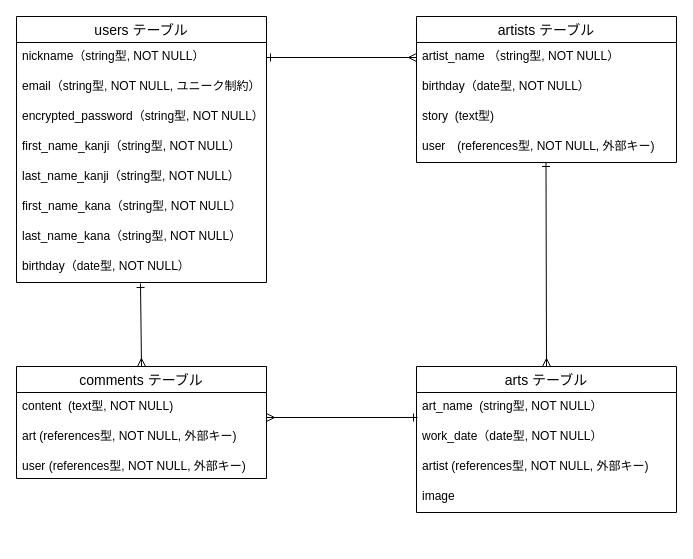
Earlier version of the draw.io diagram test.dio (Tanaka925/original_app). Source tidied: cells renumbered, new cells numbered last; positions are measured from the earlier drawing's top-left corner, leaving out a move shared by most shapes. Both pictures are drawn from the tidied source at 100%, with x=0, y=0 at pixel (16, 16).
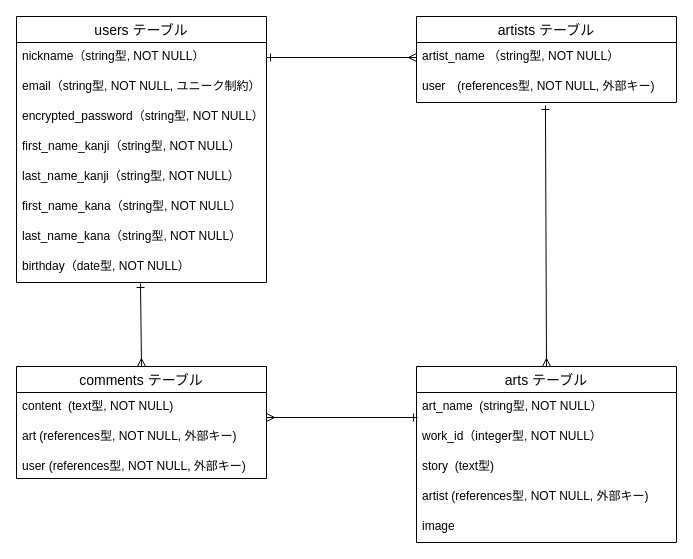
After the change.

What changed in the source:
```diff
@@
     <mxCell id="16" value="arts テーブル" style="swimlane;fontStyle=0;horizontal=1;startSize=26;align=center;fontSize=14;" parent="1" vertex="1">
-      <mxGeometry x="400" y="350" width="260" height="146" as="geometry" />
+      <mxGeometry x="400" y="350" width="260" height="176" as="geometry" />
     </mxCell>
@@
-    <mxCell id="18" value="work_date（date型, NOT NULL）" style="text;strokeColor=none;fillColor=none;spacingLeft=4;spacingRight=4;overflow=hidden;fontSize=12;" parent="16" vertex="1">
+    <mxCell id="18" value="work_id（integer型, NOT NULL）" style="text;strokeColor=none;fillColor=none;spacingLeft=4;spacingRight=4;overflow=hidden;fontSize=12;" parent="16" vertex="1">
       <mxGeometry y="56" width="260" height="30" as="geometry" />
     </mxCell>
+    <mxCell id="24" value="story  (text型)&#10;&#10;" style="text;strokeColor=none;fillColor=none;spacingLeft=4;spacingRight=4;overflow=hidden;fontSize=12;" parent="16" vertex="1">
+      <mxGeometry y="86" width="260" height="30" as="geometry" />
+    </mxCell>
     <mxCell id="19" value="artist (references型, NOT NULL, 外部キー)" style="text;strokeColor=none;fillColor=none;spacingLeft=4;spacingRight=4;overflow=hidden;fontSize=12;" parent="16" vertex="1">
-      <mxGeometry y="86" width="260" height="30" as="geometry" />
+      <mxGeometry y="116" width="260" height="30" as="geometry" />
     </mxCell>
     <mxCell id="20" value="image" style="text;strokeColor=none;fillColor=none;spacingLeft=4;spacingRight=4;overflow=hidden;fontSize=12;" parent="16" vertex="1">
-      <mxGeometry y="116" width="260" height="30" as="geometry" />
+      <mxGeometry y="146" width="260" height="30" as="geometry" />
     </mxCell>
     <mxCell id="21" value="artists テーブル" style="swimlane;fontStyle=0;horizontal=1;startSize=26;align=center;fontSize=14;" parent="1" vertex="1">
-      <mxGeometry x="400" width="260" height="146" as="geometry" />
+      <mxGeometry x="400" width="260" height="86" as="geometry" />
     </mxCell>
@@
-    <mxCell id="23" value="birthday（date型, NOT NULL）" style="text;strokeColor=none;fillColor=none;spacingLeft=4;spacingRight=4;overflow=hidden;fontSize=12;" parent="21" vertex="1">
-      <mxGeometry y="56" width="260" height="30" as="geometry" />
-    </mxCell>
-    <mxCell id="24" value="story  (text型)&#10;&#10;" style="text;strokeColor=none;fillColor=none;spacingLeft=4;spacingRight=4;overflow=hidden;fontSize=12;" parent="21" vertex="1">
-      <mxGeometry y="86" width="260" height="30" as="geometry" />
-    </mxCell>
     <mxCell id="25" value="user　(references型, NOT NULL, 外部キー)" style="text;strokeColor=none;fillColor=none;spacingLeft=4;spacingRight=4;overflow=hidden;points=[[0,0.5],[1,0.5]];portConstraint=eastwest;fontSize=12;" parent="21" vertex="1">
-      <mxGeometry y="116" width="260" height="30" as="geometry" />
+      <mxGeometry y="56" width="260" height="30" as="geometry" />
     </mxCell>
@@
-    <mxCell id="28" style="edgeStyle=none;html=1;startArrow=ERone;startFill=0;endArrow=ERmany;endFill=0;entryX=0.5;entryY=0;entryDx=0;entryDy=0;" parent="1" edge="1" target="16">
-      <mxGeometry relative="1" as="geometry">
-        <mxPoint x="529.5" y="146" as="sourcePoint" />
-      </mxGeometry>
+    <mxCell id="28" style="edgeStyle=none;html=1;startArrow=ERone;startFill=0;endArrow=ERmany;endFill=0;entryX=0.5;entryY=0;entryDx=0;entryDy=0;exitX=0.496;exitY=1.1;exitDx=0;exitDy=0;exitPerimeter=0;" parent="1" edge="1" source="25" target="16">
+      <mxGeometry relative="1" as="geometry" />
     </mxCell>
```
